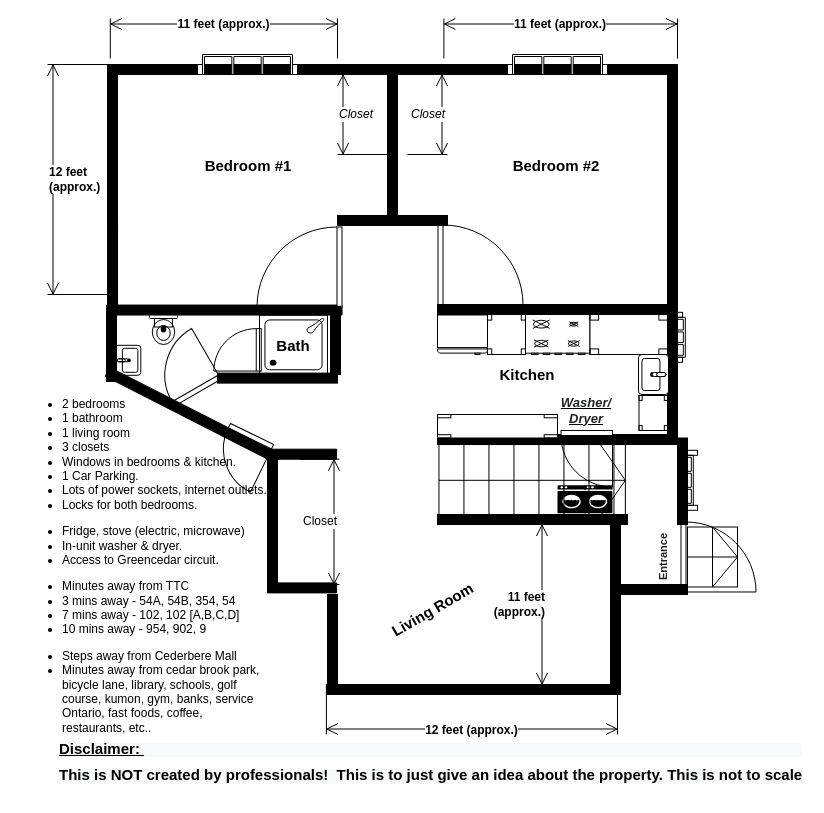
Above: page "Basement-Portion1" (3 of 4) of 38EastPark.drawio in sanjaipk/HousePlan (draw.io), before the change. Source tidied: cells renumbered, new cells numbered last; positions are measured from the earlier drawing's top-left corner, leaving out a move shared by most shapes. Both pictures are drawn from the tidied source at 100%, with x=0, y=0 at pixel (17, -1).
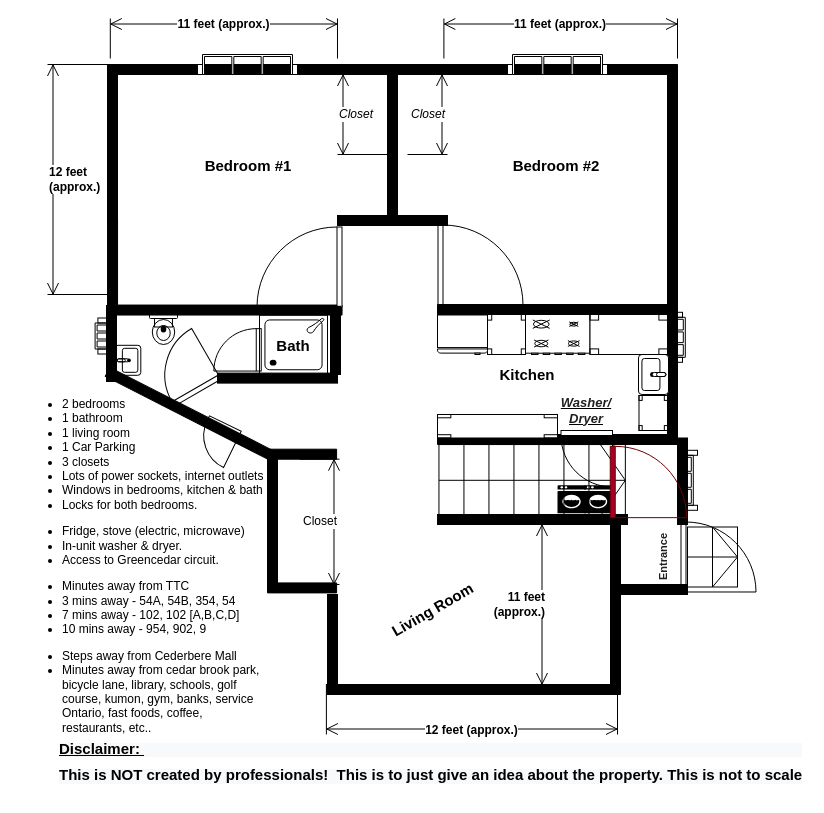
After the change.

Change to the diagram source:
```diff
@@
-    <mxCell id="45" value="&lt;ul&gt;&lt;li&gt;2 bedrooms&lt;/li&gt;&lt;li&gt;1 bathroom&amp;nbsp;&lt;/li&gt;&lt;li&gt;1 living room&lt;/li&gt;&lt;li&gt;3 closets&amp;nbsp;&lt;/li&gt;&lt;li&gt;Windows in bedrooms &amp;amp; kitchen.&lt;/li&gt;&lt;li&gt;1 Car Parking.&lt;/li&gt;&lt;li&gt;Lots of power sockets, internet outlets.&lt;/li&gt;&lt;li&gt;Locks for both bedrooms.&lt;/li&gt;&lt;/ul&gt;&lt;ul&gt;&lt;li&gt;Fridge, stove (electric, microwave)&lt;/li&gt;&lt;li&gt;In-unit washer &amp;amp; dryer.&lt;/li&gt;&lt;li&gt;Access to Greencedar circuit.&lt;/li&gt;&lt;/ul&gt;&lt;ul&gt;&lt;li&gt;Minutes away from TTC&amp;nbsp;&lt;/li&gt;&lt;li&gt;3 mins away - 54A, 54B, 354, 54&amp;nbsp;&lt;/li&gt;&lt;li&gt;7 mins away - 102, 102 [A,B,C,D]&amp;nbsp;&lt;/li&gt;&lt;li&gt;10 mins away - 954, 902, 9&lt;/li&gt;&lt;/ul&gt;&lt;ul&gt;&lt;li&gt;Steps away from Cederbere Mall&lt;/li&gt;&lt;li&gt;Minutes away from cedar brook park, bicycle lane, library, schools, golf course, kumon, gym, banks, service Ontario, fast foods, coffee, restaurants, etc..&amp;nbsp;&lt;/li&gt;&lt;/ul&gt;&lt;div&gt;&lt;p&gt;&lt;br&gt;&lt;/p&gt;&lt;/div&gt;&lt;p&gt;&lt;/p&gt;" style="text;html=1;strokeColor=none;fillColor=none;spacing=5;spacingTop=-20;whiteSpace=wrap;overflow=hidden;rounded=0;" parent="1" vertex="1">
-      <mxGeometry y="396" width="254.8" height="339" as="geometry" />
+    <mxCell id="45" value="&lt;ul&gt;&lt;li&gt;2 bedrooms&lt;/li&gt;&lt;li&gt;1 bathroom&lt;/li&gt;&lt;li&gt;1 living room&lt;/li&gt;&lt;li&gt;1 Car Parking&lt;/li&gt;&lt;li&gt;3 closets&amp;nbsp;&lt;/li&gt;&lt;li&gt;Lots of power sockets, internet outlets&lt;/li&gt;&lt;li&gt;Windows in bedrooms, kitchen &amp;amp; bath&lt;/li&gt;&lt;li&gt;Locks for both bedrooms.&lt;/li&gt;&lt;/ul&gt;&lt;ul&gt;&lt;li&gt;Fridge, stove (electric, microwave)&lt;/li&gt;&lt;li&gt;In-unit washer &amp;amp; dryer.&lt;/li&gt;&lt;li&gt;Access to Greencedar circuit.&lt;/li&gt;&lt;/ul&gt;&lt;ul&gt;&lt;li&gt;Minutes away from TTC&amp;nbsp;&lt;/li&gt;&lt;li&gt;3 mins away - 54A, 54B, 354, 54&amp;nbsp;&lt;/li&gt;&lt;li&gt;7 mins away - 102, 102 [A,B,C,D]&amp;nbsp;&lt;/li&gt;&lt;li&gt;10 mins away - 954, 902, 9&lt;/li&gt;&lt;/ul&gt;&lt;ul&gt;&lt;li&gt;Steps away from Cederbere Mall&lt;/li&gt;&lt;li&gt;Minutes away from cedar brook park, bicycle lane, library, schools, golf course, kumon, gym, banks, service Ontario, fast foods, coffee, restaurants, etc..&amp;nbsp;&lt;/li&gt;&lt;/ul&gt;&lt;div&gt;&lt;p&gt;&lt;br&gt;&lt;/p&gt;&lt;/div&gt;&lt;p&gt;&lt;/p&gt;" style="text;html=1;strokeColor=none;fillColor=none;spacing=5;spacingTop=-20;whiteSpace=wrap;overflow=hidden;rounded=0;" parent="1" vertex="1">
+      <mxGeometry y="396" width="250" height="339" as="geometry" />
     </mxCell>
@@
     <mxCell id="53" style="verticalLabelPosition=bottom;html=1;verticalAlign=top;align=center;shape=mxgraph.floorplan.doorRight;fontSize=15;fillColor=none;rotation=26;" parent="1" vertex="1">
-      <mxGeometry x="199.4" y="431.9" width="48" height="51" as="geometry" />
+      <mxGeometry x="182" y="422.2" width="35.3" height="37.5" as="geometry" />
     </mxCell>
@@
+    <mxCell id="61" style="verticalLabelPosition=bottom;html=1;verticalAlign=top;align=center;shape=mxgraph.floorplan.windowGarden;dx=0.25;fillColor=none;rotation=-90;" parent="1" vertex="1">
+      <mxGeometry x="66" y="330.1" width="36" height="12.8" as="geometry" />
+    </mxCell>
+    <mxCell id="62" style="verticalLabelPosition=bottom;html=1;verticalAlign=top;align=center;shape=mxgraph.floorplan.doorLeft;labelBackgroundColor=none;fontSize=13;fillColor=#a20025;rotation=-90;labelBorderColor=#FF3333;strokeColor=#6F0000;fontColor=#ffffff;" parent="1" vertex="1">
+      <mxGeometry x="595" y="444.6" width="71.3" height="75.8" as="geometry" />
+    </mxCell>
```
